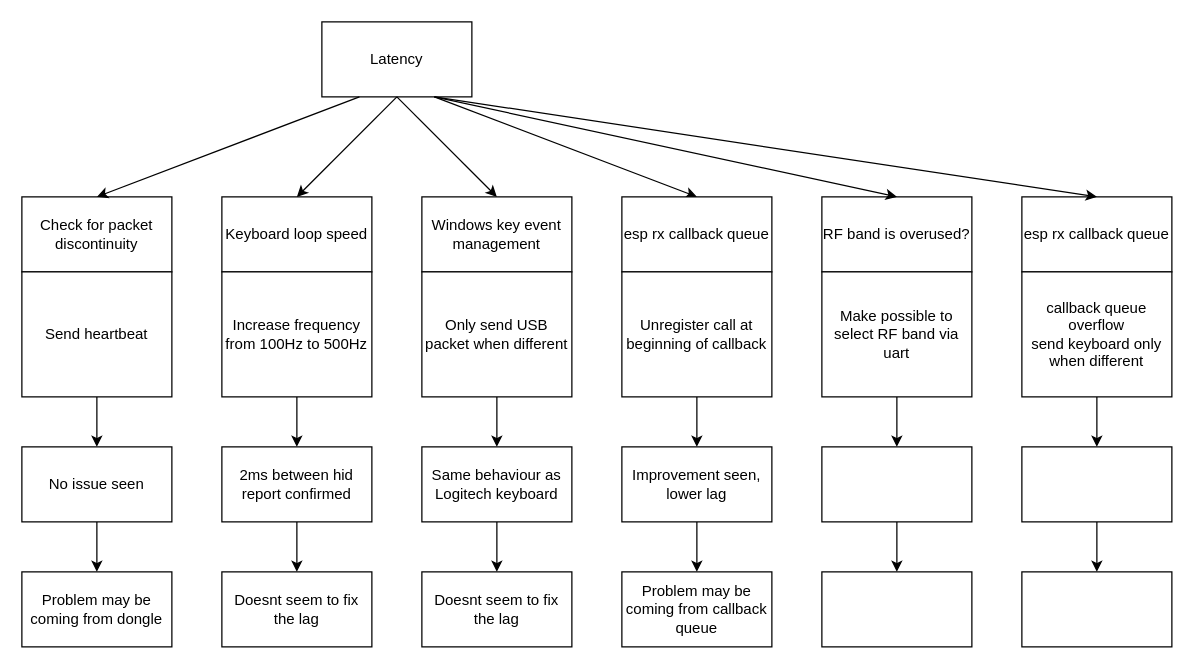
The draw.io diagram Software/Ticket documentation/Fix buffering queue (input lag)/Fix buffering queue (input lag).drawio in PumaFPV/PMK, before the edit. Source tidied: cells renumbered, new cells numbered last; positions are measured from the earlier drawing's top-left corner, leaving out a move shared by most shapes. Both pictures are drawn from the tidied source at 125%, with x=0, y=0 at pixel (21, 21).
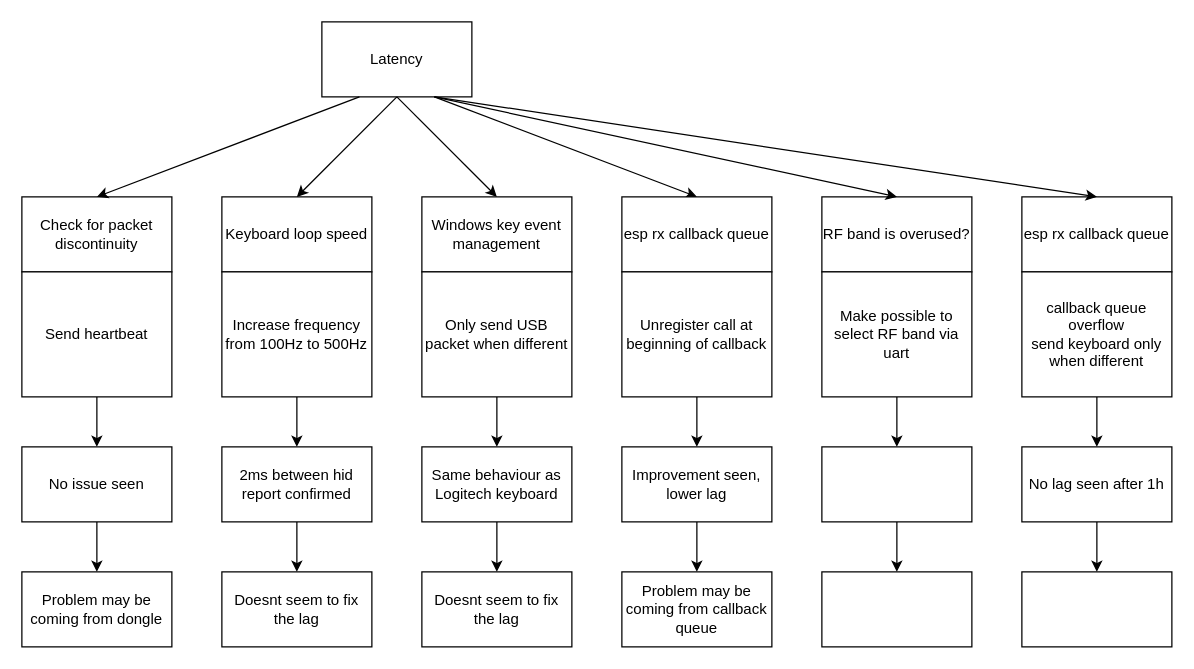
Above is the later version.

Change to the diagram source:
```diff
@@
-    <mxCell id="39" style="rounded=0;whiteSpace=wrap;html=1;" parent="1" vertex="1">
+    <mxCell id="39" value="No lag seen after 1h" style="rounded=0;whiteSpace=wrap;html=1;" parent="1" vertex="1">
       <mxGeometry x="800" y="340" width="120" height="60" as="geometry" />
     </mxCell>
```
